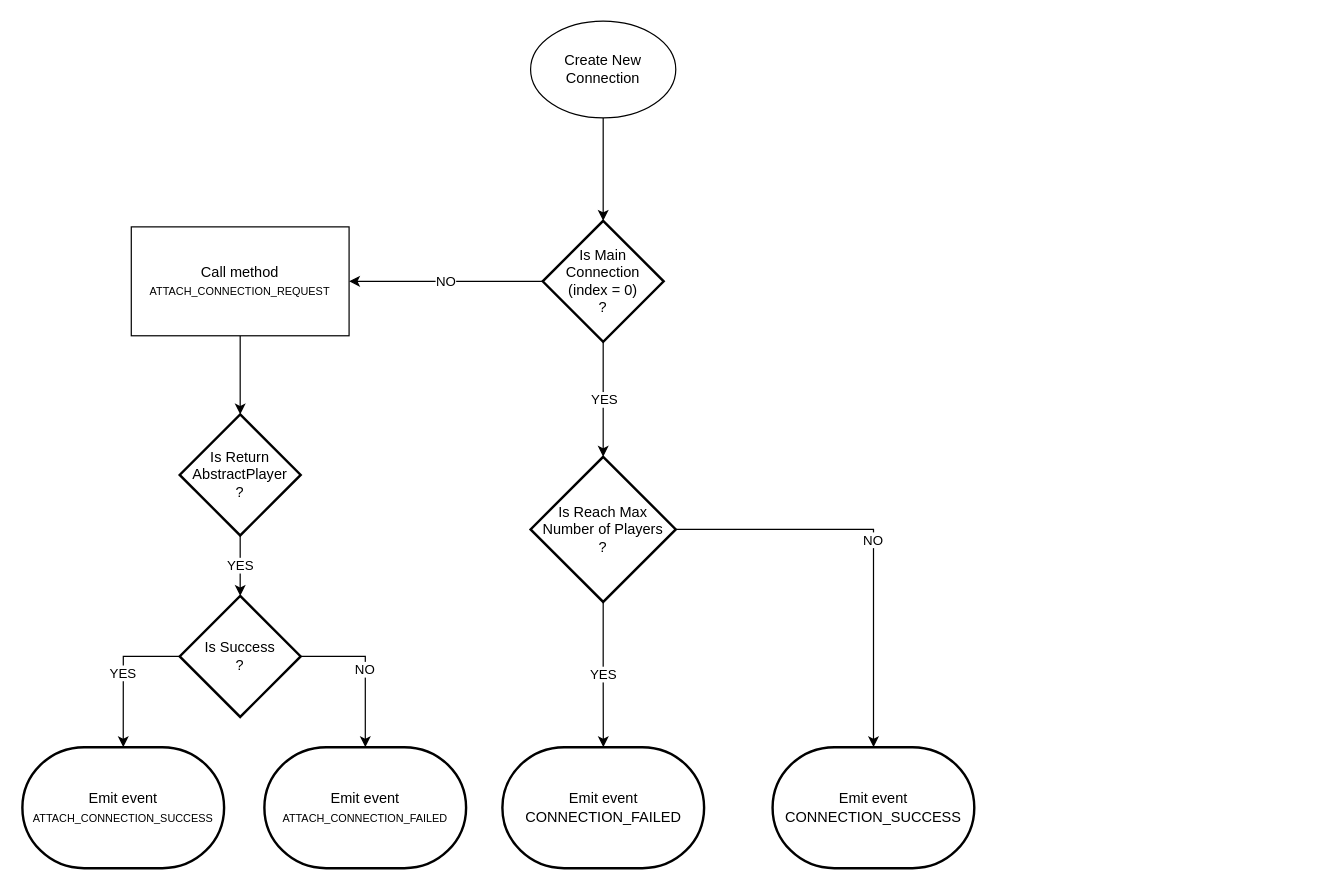
The draw.io diagram page "Create Connection Mechanism" (2 of 2) of documents/flowchart/tenio.drawio in congcoi123/tenio, before the edit. Source tidied: cells renumbered, new cells numbered last; positions are measured from the earlier drawing's top-left corner, leaving out a move shared by most shapes. Both pictures are drawn from the tidied source at 121%, with x=0, y=0 at pixel (22, 21).
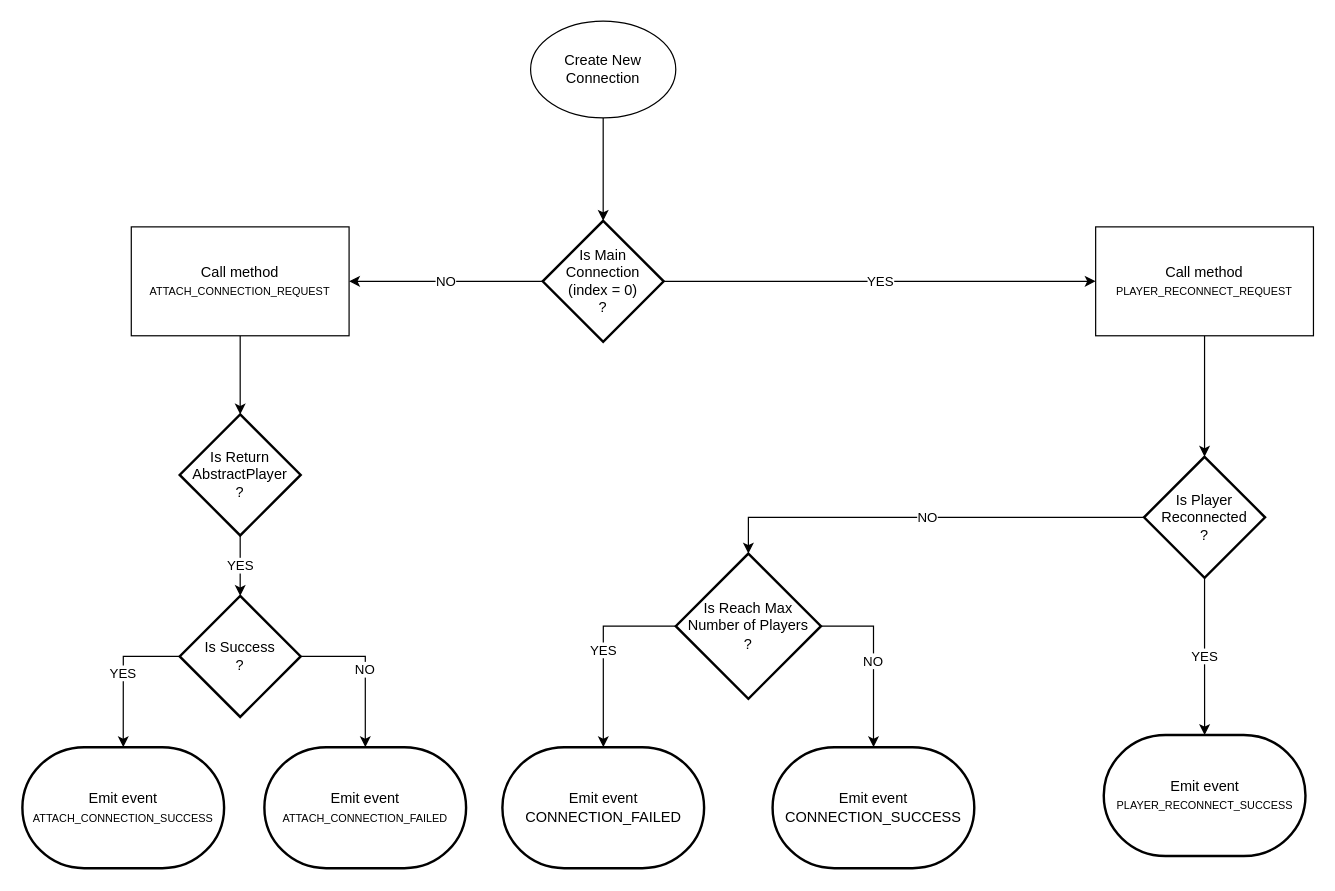
The same page after the edit.

The change refers to these unchanged cells:
```xml
<mxCell id="6" value="Is Main Connection&lt;br&gt;(index = 0)&lt;br&gt;?" style="strokeWidth=2;html=1;shape=mxgraph.flowchart.decision;whiteSpace=wrap;" parent="1" vertex="1">
  <mxGeometry x="430" y="165" width="100" height="100" as="geometry" />
</mxCell>
<mxCell id="10" value="Emit event&lt;br&gt;&lt;p class=&quot;p1&quot; style=&quot;margin: 0px ; font-stretch: normal ; line-height: normal&quot;&gt;CONNECTION_FAILED&lt;/p&gt;" style="strokeWidth=2;html=1;shape=mxgraph.flowchart.terminator;whiteSpace=wrap;" parent="1" vertex="1">
  <mxGeometry x="396.7" y="600" width="166.7" height="100" as="geometry" />
</mxCell>
<mxCell id="11" value="Emit event&lt;br&gt;&lt;p class=&quot;p1&quot; style=&quot;margin: 0px ; font-stretch: normal ; line-height: normal&quot;&gt;CONNECTION_SUCCESS&lt;/p&gt;" style="strokeWidth=2;html=1;shape=mxgraph.flowchart.terminator;whiteSpace=wrap;" parent="1" vertex="1">
  <mxGeometry x="620" y="600" width="166.7" height="100" as="geometry" />
</mxCell>
```

The edit, as a diff of the source:
```diff
@@
-    <mxCell id="4" value="YES" style="edgeStyle=orthogonalEdgeStyle;rounded=0;jettySize=auto;html=1;exitX=0.5;exitY=1;exitDx=0;exitDy=0;exitPerimeter=0;" parent="1" edge="1" source="6">
-      <mxGeometry relative="1" as="geometry">
-        <mxPoint x="480" y="360" as="targetPoint" />
-      </mxGeometry>
-    </mxCell>
@@
+    <mxCell id="21" value="YES" style="edgeStyle=orthogonalEdgeStyle;rounded=0;jettySize=auto;html=1;exitX=1;exitY=0.5;exitDx=0;exitDy=0;exitPerimeter=0;" parent="1" edge="1" source="6" target="23">
+      <mxGeometry relative="1" as="geometry" />
+    </mxCell>
@@
+    <mxCell id="8" value="NO" style="edgeStyle=orthogonalEdgeStyle;rounded=0;jettySize=auto;html=1;exitX=1;exitY=0.5;exitDx=0;exitDy=0;exitPerimeter=0;" parent="1" edge="1" source="9" target="11">
+      <mxGeometry relative="1" as="geometry" />
+    </mxCell>
-    <mxCell id="7" value="YES" style="edgeStyle=orthogonalEdgeStyle;rounded=0;jettySize=auto;html=1;exitX=0.5;exitY=1;exitDx=0;exitDy=0;exitPerimeter=0;" parent="1" edge="1" source="9" target="10">
+    <mxCell id="7" value="YES" style="edgeStyle=orthogonalEdgeStyle;rounded=0;jettySize=auto;html=1;exitX=0;exitY=0.5;exitDx=0;exitDy=0;exitPerimeter=0;" parent="1" edge="1" source="9" target="10">
       <mxGeometry relative="1" as="geometry" />
     </mxCell>
-    <mxCell id="8" value="NO" style="edgeStyle=orthogonalEdgeStyle;rounded=0;jettySize=auto;html=1;exitX=1;exitY=0.5;exitDx=0;exitDy=0;exitPerimeter=0;" parent="1" edge="1" source="9" target="11">
-      <mxGeometry relative="1" as="geometry" />
-    </mxCell>
     <mxCell id="9" value="Is Reach Max Number of Players&lt;br&gt;?" style="strokeWidth=2;html=1;shape=mxgraph.flowchart.decision;whiteSpace=wrap;" parent="1" vertex="1">
-      <mxGeometry x="420" y="360" width="120" height="120" as="geometry" />
+      <mxGeometry x="540" y="440" width="120" height="120" as="geometry" />
     </mxCell>
@@
+    <mxCell id="22" style="edgeStyle=orthogonalEdgeStyle;rounded=0;jettySize=auto;html=1;exitX=0.5;exitY=1;exitDx=0;exitDy=0;entryX=0.5;entryY=0;entryDx=0;entryDy=0;entryPerimeter=0;" parent="1" edge="1" source="23" target="26">
+      <mxGeometry relative="1" as="geometry" />
+    </mxCell>
+    <mxCell id="23" value="Call method&lt;br&gt;&lt;font style=&quot;font-size: 9px&quot;&gt;PLAYER_RECONNECT_REQUEST&lt;/font&gt;" style="rounded=0;whiteSpace=wrap;html=1;" parent="1" vertex="1">
+      <mxGeometry x="887" y="170" width="180" height="90" as="geometry" />
+    </mxCell>
+    <mxCell id="24" value="YES" style="edgeStyle=orthogonalEdgeStyle;rounded=0;jettySize=auto;html=1;exitX=0.5;exitY=1;exitDx=0;exitDy=0;exitPerimeter=0;entryX=0.5;entryY=0;entryDx=0;entryDy=0;entryPerimeter=0;" parent="1" edge="1" source="26" target="27">
+      <mxGeometry relative="1" as="geometry" />
+    </mxCell>
+    <mxCell id="25" value="NO" style="edgeStyle=orthogonalEdgeStyle;rounded=0;jettySize=auto;html=1;exitX=0;exitY=0.5;exitDx=0;exitDy=0;exitPerimeter=0;entryX=0.5;entryY=0;entryDx=0;entryDy=0;entryPerimeter=0;" parent="1" edge="1" source="26" target="9">
+      <mxGeometry relative="1" as="geometry" />
+    </mxCell>
+    <mxCell id="26" value="Is Player Reconnected&lt;br&gt;?" style="strokeWidth=2;html=1;shape=mxgraph.flowchart.decision;whiteSpace=wrap;" parent="1" vertex="1">
+      <mxGeometry x="927" y="360" width="100" height="100" as="geometry" />
+    </mxCell>
+    <mxCell id="27" value="Emit event&lt;br&gt;&lt;p class=&quot;p1&quot; style=&quot;margin: 0px ; font-stretch: normal ; line-height: normal&quot;&gt;&lt;font style=&quot;font-size: 9px&quot;&gt;PLAYER_RECONNECT_SUCCESS&lt;/font&gt;&lt;/p&gt;" style="strokeWidth=2;html=1;shape=mxgraph.flowchart.terminator;whiteSpace=wrap;" parent="1" vertex="1">
+      <mxGeometry x="893.7" y="590" width="166.7" height="100" as="geometry" />
+    </mxCell>
```
